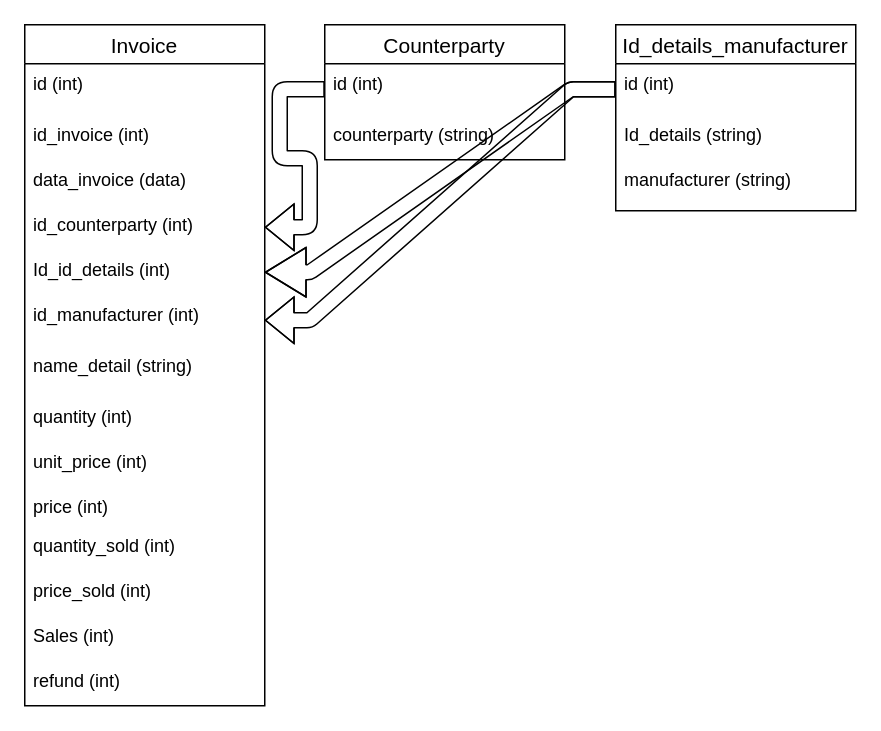
This is db.drawio from Ruslan-qu/accounting, a draw.io file, before an edit. Source tidied: cells renumbered, new cells numbered last; positions are measured from the earlier drawing's top-left corner, leaving out a move shared by most shapes. Both pictures are drawn from the tidied source at 150%, with x=0, y=0 at pixel (24, 24).
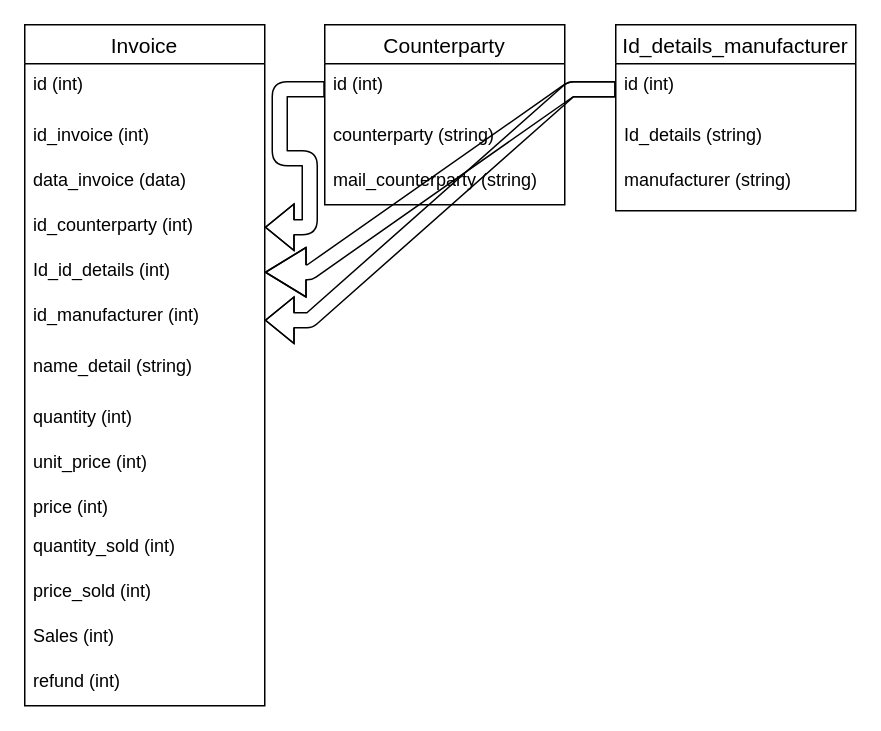
Above is the later version.

Change to the diagram source:
```diff
@@
     <mxCell id="17" value="Counterparty" style="swimlane;fontStyle=0;horizontal=1;startSize=26;align=center;fontSize=14;" parent="1" vertex="1">
-      <mxGeometry x="200" width="160" height="90" as="geometry" />
+      <mxGeometry x="200" width="160" height="120" as="geometry" />
     </mxCell>
@@
+    <mxCell id="27" value="mail_counterparty (string)" style="text;strokeColor=none;fillColor=none;spacingLeft=4;spacingRight=4;overflow=hidden;fontSize=12;" parent="17" vertex="1">
+      <mxGeometry y="90" width="160" height="30" as="geometry" />
+    </mxCell>
```
